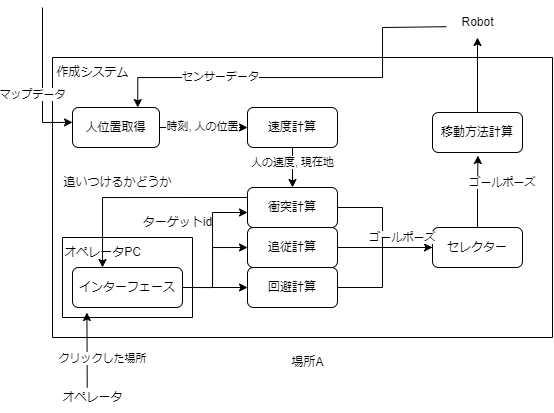
Before: Paper/img/system_compose.drawio.png, a diagram exported from draw.io (Amano-take/robot_B4). Source tidied: cells renumbered, new cells last; positions are measured from the earlier drawing's top-left corner, leaving out a move shared by most shapes.
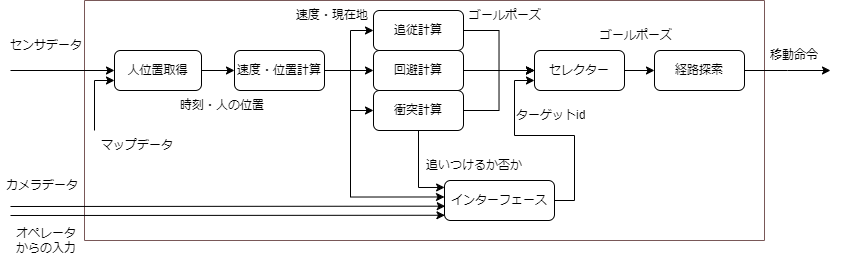
Later version of the same file.

What changed in the source:
```diff
@@ -2,172 +2,141 @@
   <root>
     <mxCell id="0" />
     <mxCell id="1" parent="0" />
-    <mxCell id="2" style="swimlane;startSize=0;" parent="1" vertex="1">
-      <mxGeometry x="10" y="50" width="500" height="280" as="geometry" />
+    <mxCell id="2" style="swimlane;startSize=0;strokeColor=#795858;strokeWidth=1;" parent="1" vertex="1">
+      <mxGeometry x="10" y="50" width="680" height="240" as="geometry" />
     </mxCell>
-    <mxCell id="3" style="edgeStyle=orthogonalEdgeStyle;rounded=0;jettySize=auto;html=1;" parent="2" edge="1" source="5" target="9">
-      <mxGeometry relative="1" as="geometry" />
-    </mxCell>
-    <mxCell id="4" value="時刻, 人の位置" style="edgeLabel;html=1;align=center;verticalAlign=middle;" parent="3" vertex="1">
-      <mxGeometry x="-0.03" y="1" relative="1" as="geometry" />
-    </mxCell>
     <mxCell id="5" value="人位置取得" style="rounded=1;whiteSpace=wrap;html=1;" parent="2" vertex="1">
-      <mxGeometry x="20" y="50" width="87" height="40" as="geometry" />
+      <mxGeometry x="30" y="50" width="87" height="40" as="geometry" />
     </mxCell>
-    <mxCell id="6" value="作成システム" style="text;html=1;align=center;verticalAlign=middle;strokeColor=none;fillColor=none;" parent="2" vertex="1">
-      <mxGeometry x="-10" width="100" height="30" as="geometry" />
-    </mxCell>
+    <mxCell id="41" style="edgeStyle=orthogonalEdgeStyle;rounded=0;jettySize=auto;html=1;entryX=0;entryY=0.5;entryDx=0;entryDy=0;" parent="2" edge="1" source="9" target="18">
+      <mxGeometry relative="1" as="geometry">
+        <Array as="points">
+          <mxPoint x="266" y="70" />
+          <mxPoint x="266" y="30" />
+        </Array>
+      </mxGeometry>
+    </mxCell>
+    <mxCell id="42" style="edgeStyle=orthogonalEdgeStyle;rounded=0;jettySize=auto;html=1;exitX=1;exitY=0.5;exitDx=0;exitDy=0;entryX=0;entryY=0.5;entryDx=0;entryDy=0;" parent="2" edge="1" source="9" target="22">
+      <mxGeometry relative="1" as="geometry" />
+    </mxCell>
-    <mxCell id="7" style="edgeStyle=orthogonalEdgeStyle;rounded=0;jettySize=auto;html=1;exitX=0.5;exitY=1;exitDx=0;exitDy=0;entryX=0.5;entryY=0;entryDx=0;entryDy=0;" parent="2" edge="1" source="9" target="11">
-      <mxGeometry relative="1" as="geometry" />
+    <mxCell id="7" style="edgeStyle=orthogonalEdgeStyle;rounded=0;jettySize=auto;html=1;entryX=0;entryY=0.5;entryDx=0;entryDy=0;" parent="2" edge="1" source="9" target="11">
+      <mxGeometry relative="1" as="geometry">
+        <Array as="points">
+          <mxPoint x="266" y="70" />
+          <mxPoint x="266" y="110" />
+        </Array>
+      </mxGeometry>
     </mxCell>
-    <mxCell id="8" value="人の速度, 現在地" style="edgeLabel;html=1;align=center;verticalAlign=middle;" parent="7" vertex="1">
-      <mxGeometry x="-0.07" y="2" relative="1" as="geometry">
-        <mxPoint x="-2" y="-4" as="offset" />
-      </mxGeometry>
-    </mxCell>
-    <mxCell id="9" value="速度計算" style="rounded=1;whiteSpace=wrap;html=1;" parent="2" vertex="1">
-      <mxGeometry x="195" y="50" width="90" height="40" as="geometry" />
+    <mxCell id="9" value="速度・位置計算" style="rounded=1;whiteSpace=wrap;html=1;" parent="2" vertex="1">
+      <mxGeometry x="150" y="50" width="90" height="40" as="geometry" />
     </mxCell>
-    <mxCell id="10" style="edgeStyle=orthogonalEdgeStyle;rounded=0;jettySize=auto;html=1;exitX=0;exitY=0.25;exitDx=0;exitDy=0;" parent="2" edge="1" source="11" target="15">
-      <mxGeometry relative="1" as="geometry">
-        <Array as="points">
-          <mxPoint x="50" y="140" />
-        </Array>
-      </mxGeometry>
+    <mxCell id="10" style="edgeStyle=orthogonalEdgeStyle;rounded=0;jettySize=auto;html=1;entryX=0.001;entryY=0.174;entryDx=0;entryDy=0;entryPerimeter=0;" parent="2" edge="1" source="11" target="15">
+      <mxGeometry relative="1" as="geometry" />
     </mxCell>
+    <mxCell id="23" style="edgeStyle=orthogonalEdgeStyle;rounded=0;jettySize=auto;html=1;exitX=1;exitY=0.5;exitDx=0;exitDy=0;entryX=0;entryY=0.5;entryDx=0;entryDy=0;" parent="2" edge="1" source="11" target="19">
+      <mxGeometry relative="1" as="geometry" />
+    </mxCell>
     <mxCell id="11" value="衝突計算" style="rounded=1;whiteSpace=wrap;html=1;" parent="2" vertex="1">
-      <mxGeometry x="195" y="130" width="90" height="40" as="geometry" />
+      <mxGeometry x="289" y="90" width="90" height="40" as="geometry" />
     </mxCell>
-    <mxCell id="12" style="edgeStyle=orthogonalEdgeStyle;rounded=0;orthogonalLoop=1;jettySize=auto;html=1;exitX=0.5;exitY=1;exitDx=0;exitDy=0;" parent="2" edge="1" source="11" target="11">
-      <mxGeometry relative="1" as="geometry" />
-    </mxCell>
+    <mxCell id="43" style="edgeStyle=orthogonalEdgeStyle;rounded=0;jettySize=auto;html=1;exitX=1;exitY=0.5;exitDx=0;exitDy=0;" parent="2" edge="1" source="13">
+      <mxGeometry relative="1" as="geometry">
+        <mxPoint x="746" y="70" as="targetPoint" />
+      </mxGeometry>
+    </mxCell>
-    <mxCell id="13" value="移動方法計算" style="rounded=1;whiteSpace=wrap;html=1;" parent="2" vertex="1">
-      <mxGeometry x="380" y="55" width="90" height="40" as="geometry" />
+    <mxCell id="13" value="経路探索" style="rounded=1;whiteSpace=wrap;html=1;" parent="2" vertex="1">
+      <mxGeometry x="570" y="50" width="90" height="40" as="geometry" />
     </mxCell>
-    <mxCell id="14" style="swimlane;startSize=0;" parent="2" vertex="1">
-      <mxGeometry x="10" y="180" width="130" height="80" as="geometry" />
-    </mxCell>
-    <mxCell id="15" value="インターフェース" style="rounded=1;whiteSpace=wrap;html=1;" parent="14" vertex="1">
-      <mxGeometry x="10" y="30" width="110" height="40" as="geometry" />
-    </mxCell>
-    <mxCell id="16" value="オペレータPC" style="text;html=1;align=center;verticalAlign=middle;strokeColor=none;fillColor=none;" parent="14" vertex="1">
-      <mxGeometry x="-10" width="100" height="30" as="geometry" />
-    </mxCell>
     <mxCell id="17" style="edgeStyle=orthogonalEdgeStyle;rounded=0;jettySize=auto;html=1;exitX=1;exitY=0.5;exitDx=0;exitDy=0;entryX=0;entryY=0.5;entryDx=0;entryDy=0;" parent="2" edge="1" source="18" target="19">
       <mxGeometry relative="1" as="geometry" />
     </mxCell>
     <mxCell id="18" value="追従計算" style="rounded=1;whiteSpace=wrap;html=1;" parent="2" vertex="1">
-      <mxGeometry x="195" y="170" width="90" height="40" as="geometry" />
+      <mxGeometry x="289" y="10" width="90" height="40" as="geometry" />
     </mxCell>
+    <mxCell id="20" style="edgeStyle=orthogonalEdgeStyle;rounded=0;jettySize=auto;html=1;entryX=0;entryY=0.5;entryDx=0;entryDy=0;" parent="2" edge="1" source="19" target="13">
+      <mxGeometry relative="1" as="geometry" />
+    </mxCell>
     <mxCell id="19" value="セレクター" style="rounded=1;whiteSpace=wrap;html=1;" parent="2" vertex="1">
-      <mxGeometry x="380" y="170" width="90" height="40" as="geometry" />
+      <mxGeometry x="450" y="50" width="90" height="40" as="geometry" />
     </mxCell>
-    <mxCell id="20" style="edgeStyle=orthogonalEdgeStyle;rounded=0;jettySize=auto;html=1;entryX=0.505;entryY=1.076;entryDx=0;entryDy=0;entryPerimeter=0;" parent="2" edge="1" source="19" target="13">
-      <mxGeometry relative="1" as="geometry" />
-    </mxCell>
-    <mxCell id="21" value="ゴールポーズ" style="edgeLabel;html=1;align=center;verticalAlign=middle;" parent="2" vertex="1">
-      <mxGeometry x="450" y="125" as="geometry" />
-    </mxCell>
+    <mxCell id="44" style="edgeStyle=orthogonalEdgeStyle;rounded=0;jettySize=auto;html=1;exitX=1;exitY=0.5;exitDx=0;exitDy=0;entryX=0;entryY=0.5;entryDx=0;entryDy=0;" parent="2" edge="1" source="22" target="19">
+      <mxGeometry relative="1" as="geometry" />
+    </mxCell>
     <mxCell id="22" value="回避計算" style="rounded=1;whiteSpace=wrap;html=1;" parent="2" vertex="1">
-      <mxGeometry x="195" y="210" width="90" height="40" as="geometry" />
+      <mxGeometry x="289" y="50" width="90" height="40" as="geometry" />
     </mxCell>
-    <mxCell id="23" style="endArrow=none;html=1;rounded=0;exitX=1;exitY=0.5;exitDx=0;exitDy=0;entryX=0;entryY=0.5;entryDx=0;entryDy=0;" parent="2" edge="1" source="11" target="19">
-      <mxGeometry relative="1" as="geometry">
-        <Array as="points">
-          <mxPoint x="330" y="150" />
-          <mxPoint x="330" y="190" />
-        </Array>
-      </mxGeometry>
-    </mxCell>
-    <mxCell id="24" value="ゴールポーズ" style="edgeLabel;html=1;align=center;verticalAlign=middle;" parent="2" vertex="1">
-      <mxGeometry x="350" y="180" as="geometry" />
-    </mxCell>
-    <mxCell id="25" style="edgeStyle=orthogonalEdgeStyle;rounded=0;jettySize=auto;html=1;exitX=1;exitY=0.5;exitDx=0;exitDy=0;entryX=0;entryY=0.5;entryDx=0;entryDy=0;" parent="2" edge="1" source="15" target="18">
-      <mxGeometry relative="1" as="geometry">
-        <Array as="points">
-          <mxPoint x="160" y="230" />
-          <mxPoint x="160" y="190" />
-        </Array>
-      </mxGeometry>
-    </mxCell>
-    <mxCell id="26" style="edgeStyle=orthogonalEdgeStyle;rounded=0;jettySize=auto;html=1;exitX=1;exitY=0.5;exitDx=0;exitDy=0;entryX=0;entryY=0.5;entryDx=0;entryDy=0;" parent="2" edge="1" source="15" target="22">
-      <mxGeometry relative="1" as="geometry" />
-    </mxCell>
-    <mxCell id="27" style="edgeStyle=orthogonalEdgeStyle;rounded=0;jettySize=auto;html=1;exitX=1;exitY=0.5;exitDx=0;exitDy=0;" parent="2" edge="1" source="15">
-      <mxGeometry relative="1" as="geometry">
-        <mxPoint x="195" y="155" as="targetPoint" />
-        <Array as="points">
-          <mxPoint x="160" y="230" />
-          <mxPoint x="160" y="155" />
-          <mxPoint x="195" y="155" />
-        </Array>
-      </mxGeometry>
-    </mxCell>
+    <mxCell id="3" style="endArrow=classic;html=1;rounded=0;entryX=0;entryY=0.5;entryDx=0;entryDy=0;exitX=1;exitY=0.5;exitDx=0;exitDy=0;" parent="2" edge="1" source="5" target="9">
+      <mxGeometry relative="1" as="geometry" />
+    </mxCell>
+    <mxCell id="45" value="時刻・人の位置" style="text;strokeColor=none;fillColor=none;align=left;verticalAlign=middle;spacingLeft=4;spacingRight=4;overflow=hidden;whiteSpace=wrap;html=1;" parent="2" vertex="1">
+      <mxGeometry x="90" y="90" width="96" height="30" as="geometry" />
+    </mxCell>
+    <mxCell id="15" value="インターフェース" style="rounded=1;whiteSpace=wrap;html=1;" parent="2" vertex="1">
+      <mxGeometry x="360" y="180" width="110" height="40" as="geometry" />
+    </mxCell>
+    <mxCell id="46" style="edgeStyle=orthogonalEdgeStyle;rounded=0;jettySize=auto;html=1;exitX=1;exitY=0.5;exitDx=0;exitDy=0;entryX=0;entryY=0.75;entryDx=0;entryDy=0;" parent="2" edge="1" source="15" target="19">
+      <mxGeometry relative="1" as="geometry" />
+    </mxCell>
+    <mxCell id="47" value="速度・現在地" style="text;strokeColor=none;fillColor=none;align=left;verticalAlign=middle;spacingLeft=4;spacingRight=4;overflow=hidden;whiteSpace=wrap;html=1;" parent="2" vertex="1">
+      <mxGeometry x="206" width="90" height="30" as="geometry" />
+    </mxCell>
-    <mxCell id="28" value="ターゲットid" style="text;html=1;align=center;verticalAlign=middle;strokeColor=none;fillColor=none;" parent="2" vertex="1">
-      <mxGeometry x="80" y="150" width="90" height="30" as="geometry" />
+    <mxCell id="28" value="ターゲットid" style="text;strokeColor=none;fillColor=none;align=left;verticalAlign=middle;spacingLeft=4;spacingRight=4;overflow=hidden;whiteSpace=wrap;html=1;" parent="2" vertex="1">
+      <mxGeometry x="426" y="100" width="90" height="30" as="geometry" />
     </mxCell>
-    <mxCell id="29" value="追いつけるかどうか" style="text;html=1;align=center;verticalAlign=middle;strokeColor=none;fillColor=none;" parent="2" vertex="1">
-      <mxGeometry y="110" width="130" height="30" as="geometry" />
-    </mxCell>
-    <mxCell id="30" value="Robot" style="text;html=1;align=center;verticalAlign=middle;points=[];strokeColor=none;fillColor=none;" parent="1" vertex="1">
-      <mxGeometry x="405" width="60" height="30" as="geometry" />
-    </mxCell>
-    <mxCell id="31" style="endArrow=classic;html=1;rounded=0;entryX=0.131;entryY=1.125;entryDx=0;entryDy=0;entryPerimeter=0;exitX=0.5;exitY=0;exitDx=0;exitDy=0;" parent="1" edge="1" target="15">
-      <mxGeometry relative="1" as="geometry">
-        <mxPoint x="44.7" y="380" as="sourcePoint" />
-        <Array as="points">
-          <mxPoint x="44" y="380" />
-        </Array>
-      </mxGeometry>
-    </mxCell>
-    <mxCell id="32" value="クリックした場所" style="edgeLabel;html=1;align=center;verticalAlign=middle;" parent="31" vertex="1">
-      <mxGeometry x="-0.2" y="1" relative="1" as="geometry">
-        <mxPoint x="17" as="offset" />
-      </mxGeometry>
-    </mxCell>
-    <mxCell id="33" style="edgeStyle=orthogonalEdgeStyle;rounded=0;jettySize=auto;html=1;exitX=0.5;exitY=0;exitDx=0;exitDy=0;" parent="1" edge="1" source="13" target="30">
-      <mxGeometry relative="1" as="geometry" />
-    </mxCell>
-    <mxCell id="34" style="edgeStyle=orthogonalEdgeStyle;rounded=0;jettySize=auto;html=1;entryX=0.75;entryY=0;entryDx=0;entryDy=0;exitX=-0.019;exitY=0.64;exitDx=0;exitDy=0;exitPerimeter=0;" parent="1" edge="1" source="30" target="5">
-      <mxGeometry relative="1" as="geometry">
-        <Array as="points">
-          <mxPoint x="400" y="19" />
-          <mxPoint x="340" y="20" />
-          <mxPoint x="340" y="70" />
-          <mxPoint x="95" y="70" />
-        </Array>
-      </mxGeometry>
-    </mxCell>
-    <mxCell id="35" value="センサーデータ" style="edgeLabel;html=1;align=center;verticalAlign=middle;" parent="34" vertex="1">
-      <mxGeometry x="0.42" y="-1" relative="1" as="geometry" />
-    </mxCell>
-    <mxCell id="36" style="endArrow=classic;html=1;rounded=0;entryX=0;entryY=0.5;entryDx=0;entryDy=0;" parent="1" edge="1">
-      <mxGeometry relative="1" as="geometry">
-        <mxPoint as="sourcePoint" />
-        <mxPoint x="30" y="114.9" as="targetPoint" />
-        <Array as="points">
-          <mxPoint y="115" />
-        </Array>
-      </mxGeometry>
-    </mxCell>
+    <mxCell id="48" value="追いつけるか否か" style="text;strokeColor=none;fillColor=none;align=left;verticalAlign=middle;spacingLeft=4;spacingRight=4;overflow=hidden;whiteSpace=wrap;html=1;" parent="2" vertex="1">
+      <mxGeometry x="336" y="150" width="110" height="30" as="geometry" />
+    </mxCell>
+    <mxCell id="49" value="ゴールポーズ" style="text;strokeColor=none;fillColor=none;align=left;verticalAlign=middle;spacingLeft=4;spacingRight=4;overflow=hidden;whiteSpace=wrap;html=1;" parent="2" vertex="1">
+      <mxGeometry x="379" width="90" height="30" as="geometry" />
+    </mxCell>
+    <mxCell id="50" value="ゴールポーズ&lt;br&gt;" style="text;strokeColor=none;fillColor=none;align=left;verticalAlign=middle;spacingLeft=4;spacingRight=4;overflow=hidden;whiteSpace=wrap;html=1;" parent="2" vertex="1">
+      <mxGeometry x="510" y="20" width="90" height="30" as="geometry" />
+    </mxCell>
+    <mxCell id="51" style="edgeStyle=orthogonalEdgeStyle;rounded=0;jettySize=auto;html=1;entryX=0;entryY=0.412;entryDx=0;entryDy=0;entryPerimeter=0;" parent="2" edge="1" source="9" target="15">
+      <mxGeometry relative="1" as="geometry">
+        <Array as="points">
+          <mxPoint x="266" y="70" />
+          <mxPoint x="266" y="197" />
+        </Array>
+      </mxGeometry>
+    </mxCell>
+    <mxCell id="52" style="endArrow=classic;html=1;rounded=0;entryX=0;entryY=0.5;entryDx=0;entryDy=0;" parent="2" edge="1" target="5">
+      <mxGeometry relative="1" as="geometry">
+        <mxPoint x="-74" y="70" as="sourcePoint" />
+      </mxGeometry>
+    </mxCell>
+    <mxCell id="53" style="edgeStyle=orthogonalEdgeStyle;rounded=0;jettySize=auto;html=1;entryX=0;entryY=0.75;entryDx=0;entryDy=0;" parent="2" edge="1" target="5">
+      <mxGeometry relative="1" as="geometry">
+        <mxPoint x="10" y="130" as="sourcePoint" />
+        <Array as="points">
+          <mxPoint x="10" y="80" />
+        </Array>
+      </mxGeometry>
+    </mxCell>
-    <mxCell id="37" value="マップデータ" style="edgeLabel;html=1;align=center;verticalAlign=middle;" parent="36" vertex="1">
-      <mxGeometry x="-0.14" relative="1" as="geometry">
-        <mxPoint x="-10" y="24" as="offset" />
-      </mxGeometry>
+    <mxCell id="37" value="マップデータ" style="text;html=1;strokeColor=none;fillColor=none;align=center;verticalAlign=middle;whiteSpace=wrap;rounded=0;" parent="2" vertex="1">
+      <mxGeometry x="16" y="130" width="74" height="30" as="geometry" />
     </mxCell>
-    <mxCell id="38" value="場所A" style="text;html=1;align=center;verticalAlign=middle;strokeColor=none;fillColor=none;" parent="1" vertex="1">
-      <mxGeometry x="235" y="340" width="60" height="30" as="geometry" />
-    </mxCell>
-    <mxCell id="39" value="オペレータ" style="text;html=1;align=center;verticalAlign=middle;strokeColor=none;fillColor=none;" parent="1" vertex="1">
-      <mxGeometry x="10" y="375" width="80" height="30" as="geometry" />
-    </mxCell>
-    <mxCell id="40" style="endArrow=none;html=1;rounded=0;exitX=1;exitY=0.5;exitDx=0;exitDy=0;" parent="1" edge="1" source="22">
-      <mxGeometry relative="1" as="geometry">
-        <mxPoint x="340" y="230" as="targetPoint" />
-        <Array as="points">
-          <mxPoint x="340" y="280" />
-        </Array>
-      </mxGeometry>
-    </mxCell>
+    <mxCell id="54" style="endArrow=classic;html=1;rounded=0;entryX=0.004;entryY=0.869;entryDx=0;entryDy=0;entryPerimeter=0;" parent="1" edge="1" target="15">
+      <mxGeometry relative="1" as="geometry">
+        <mxPoint x="-64" y="265" as="sourcePoint" />
+      </mxGeometry>
+    </mxCell>
+    <mxCell id="55" style="endArrow=classic;html=1;rounded=0;entryX=0.007;entryY=0.642;entryDx=0;entryDy=0;entryPerimeter=0;" parent="1" edge="1" target="15">
+      <mxGeometry relative="1" as="geometry">
+        <mxPoint x="-64" y="256" as="sourcePoint" />
+      </mxGeometry>
+    </mxCell>
+    <mxCell id="56" value="移動命令" style="text;strokeColor=none;fillColor=none;align=left;verticalAlign=middle;spacingLeft=4;spacingRight=4;overflow=hidden;whiteSpace=wrap;html=1;" parent="1" vertex="1">
+      <mxGeometry x="690" y="90" width="90" height="30" as="geometry" />
+    </mxCell>
+    <mxCell id="57" value="オペレータ&lt;br&gt;からの入力" style="text;strokeColor=none;fillColor=none;align=left;verticalAlign=middle;spacingLeft=4;spacingRight=4;overflow=hidden;whiteSpace=wrap;html=1;" parent="1" vertex="1">
+      <mxGeometry x="-64" y="270" width="70" height="40" as="geometry" />
+    </mxCell>
+    <mxCell id="58" value="カメラデータ" style="text;strokeColor=none;fillColor=none;align=left;verticalAlign=middle;spacingLeft=4;spacingRight=4;overflow=hidden;whiteSpace=wrap;html=1;" parent="1" vertex="1">
+      <mxGeometry x="-74" y="220" width="93" height="30" as="geometry" />
+    </mxCell>
+    <mxCell id="59" value="センサデータ" style="text;strokeColor=none;fillColor=none;align=left;verticalAlign=middle;spacingLeft=4;spacingRight=4;overflow=hidden;whiteSpace=wrap;html=1;" parent="1" vertex="1">
+      <mxGeometry x="-70" y="80" width="96" height="30" as="geometry" />
+    </mxCell>
   </root>
 </mxGraphModel>
```
